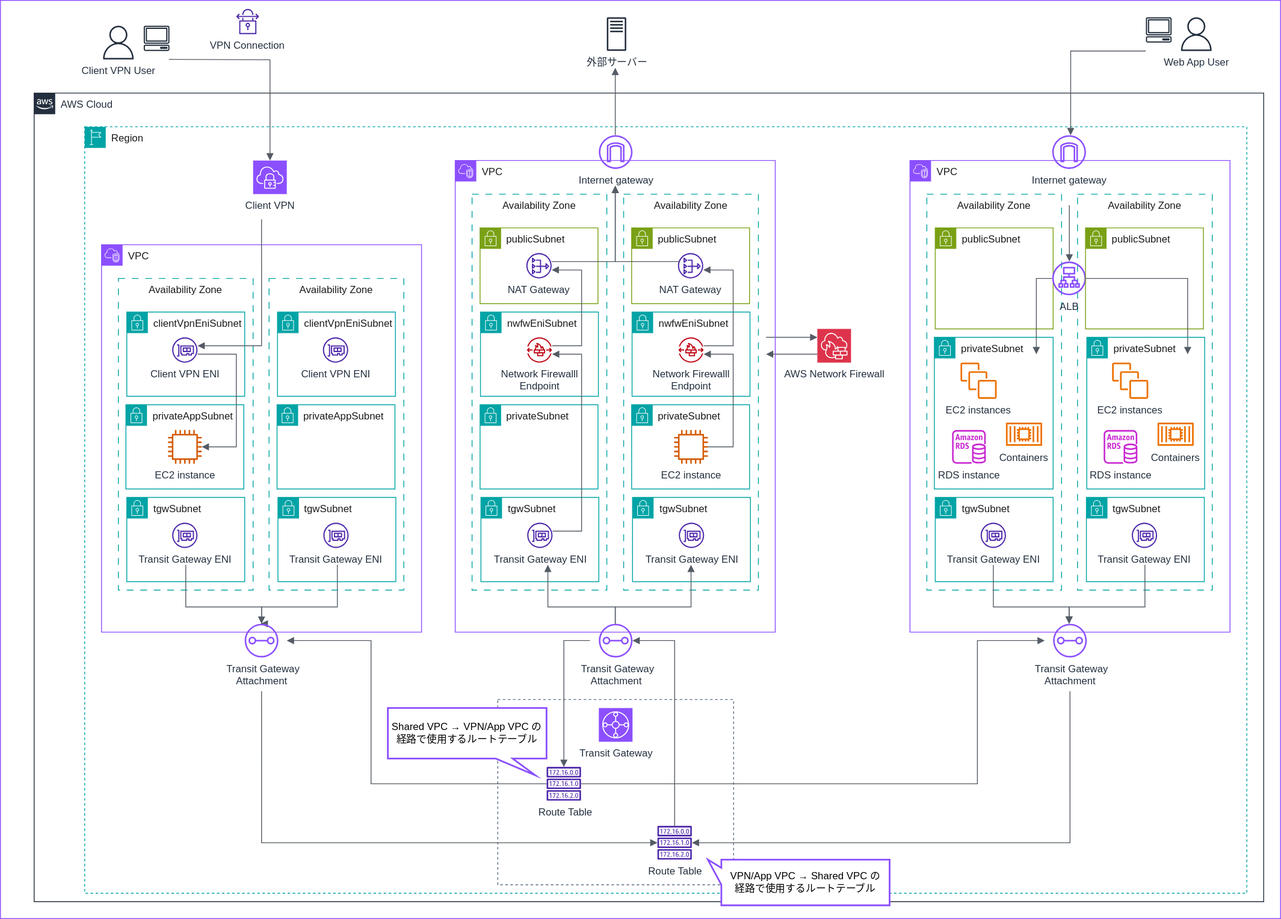
Above: cdk-multi-vpcs/cdk-multi-vpcs-overview.drawio.svg in sugikeitter/aws-demo (draw.io), before the change. Source tidied: cells renumbered, new cells last; positions are measured from the earlier drawing's top-left corner, leaving out a move shared by most shapes.
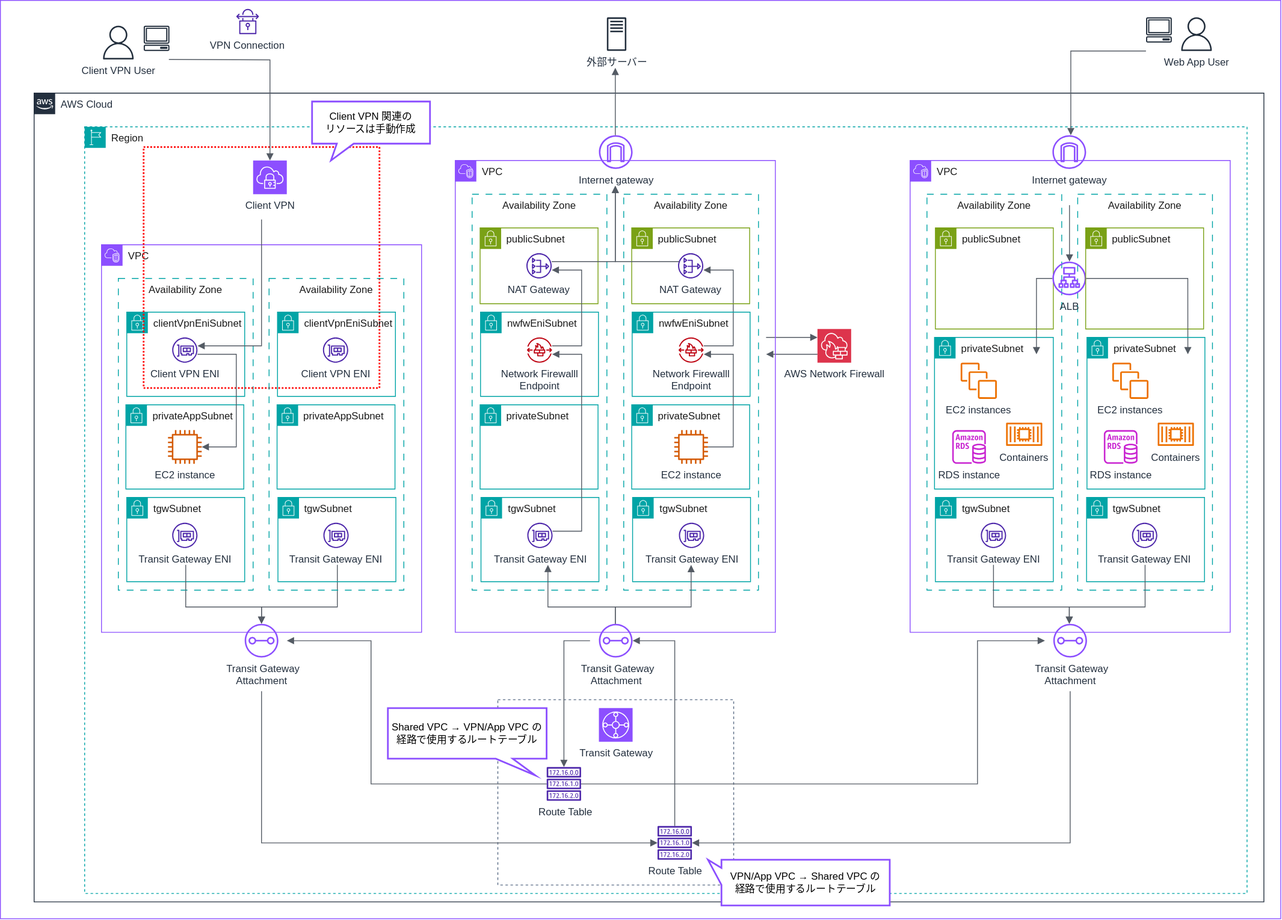
Later version of the same file.

The edit, as a diff of the source:
```diff
@@ -370,6 +370,12 @@
     <mxCell id="80" value="RDS instance" style="sketch=0;fontColor=#232F3E;gradientColor=none;fillColor=#C925D1;strokeColor=none;dashed=0;verticalLabelPosition=bottom;verticalAlign=top;align=center;html=1;fontSize=12;fontStyle=0;shape=mxgraph.aws4.rds_instance;" parent="3" vertex="1">
       <mxGeometry x="1270" y="400" width="40" height="40" as="geometry" />
     </mxCell>
+    <mxCell id="102" style="fillColor=none;strokeColor=#FF0000;dashed=1;verticalAlign=top;fontStyle=1;fontColor=#5A6C86;strokeWidth=2;dashPattern=1 1;" parent="3" vertex="1">
+      <mxGeometry x="130" y="64" width="280" height="286" as="geometry" />
+    </mxCell>
+    <mxCell id="103" value="&lt;div&gt;Client VPN 関連の&lt;/div&gt;&lt;div&gt;リソースは&lt;span style=&quot;background-color: initial;&quot;&gt;手動作成&lt;/span&gt;&lt;/div&gt;" style="shape=callout;whiteSpace=wrap;html=1;perimeter=calloutPerimeter;position2=0.16;size=20;position=0.21;strokeColor=#8c4fff;strokeWidth=2;align=center;" parent="3" vertex="1">
+      <mxGeometry x="330" y="10" width="140" height="70" as="geometry" />
+    </mxCell>
     <mxCell id="81" value="Client VPN User" style="sketch=0;fontColor=#232F3E;gradientColor=none;fillColor=#232F3D;strokeColor=none;dashed=0;verticalLabelPosition=bottom;verticalAlign=top;align=center;html=1;fontSize=12;fontStyle=0;shape=mxgraph.aws4.user;labelBackgroundColor=#FFFFFF;" parent="1" vertex="1">
       <mxGeometry x="120" y="30" width="40" height="40" as="geometry" />
     </mxCell>
```
